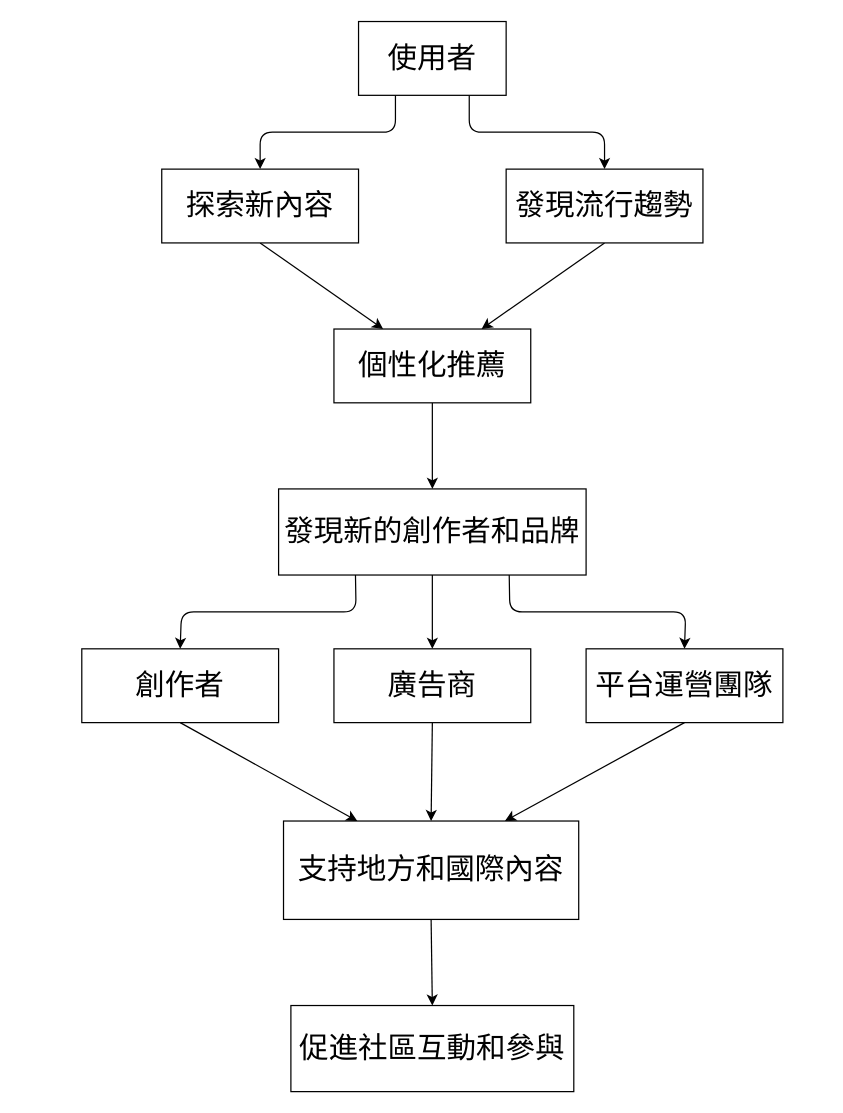
Earlier version of the draw.io diagram serch.drawio (jeffwei0/1122_Final-project). Source tidied: cells renumbered, new cells numbered last; positions are measured from the earlier drawing's top-left corner, leaving out a move shared by most shapes. Both pictures are drawn from the tidied source at 123%, with x=0, y=0 at pixel (81, 21).
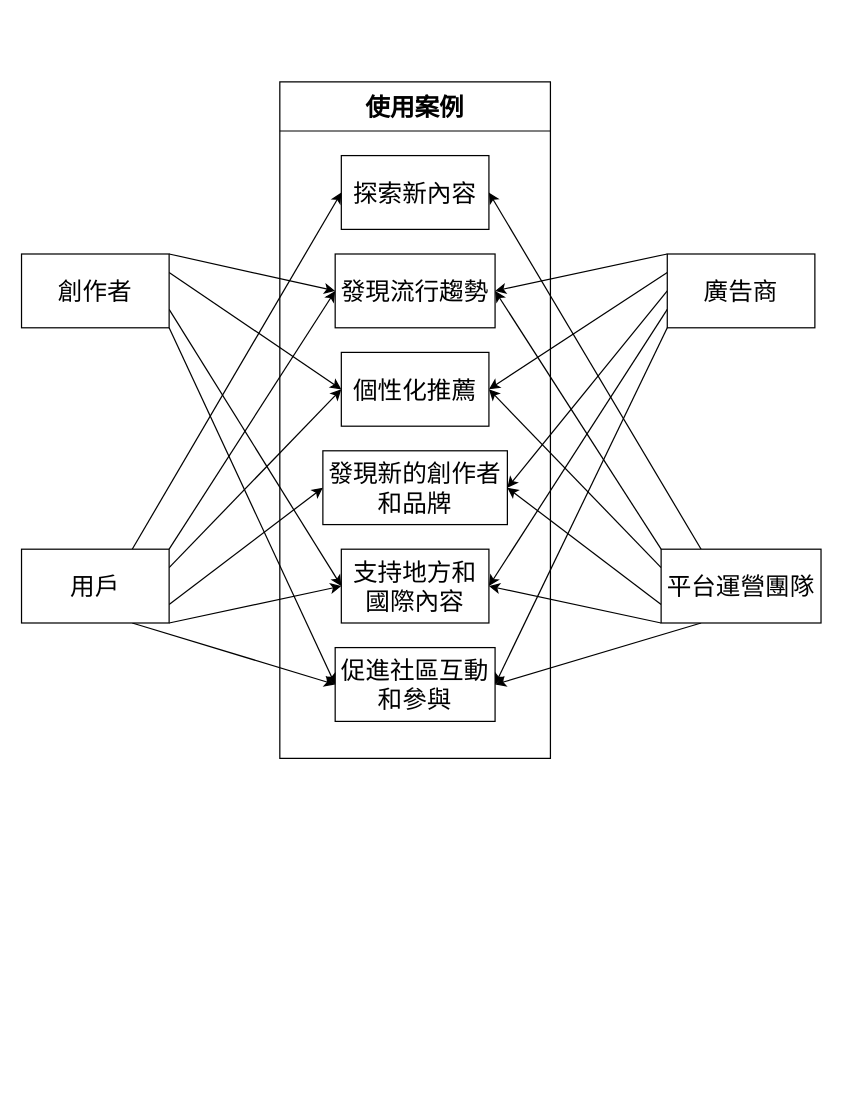
Above is the later version.

Diff of the diagram source:
```diff
@@
-    <mxCell id="2" style="edgeStyle=none;html=1;exitX=0.25;exitY=1;exitDx=0;exitDy=0;entryX=0.5;entryY=0;entryDx=0;entryDy=0;fontSize=24;" parent="1" edge="1" source="4" target="6">
-      <mxGeometry relative="1" as="geometry">
-        <Array as="points">
-          <mxPoint x="255" y="90" />
-          <mxPoint x="145" y="90" />
-        </Array>
-      </mxGeometry>
-    </mxCell>
-    <mxCell id="3" style="edgeStyle=none;html=1;exitX=0.75;exitY=1;exitDx=0;exitDy=0;entryX=0.5;entryY=0;entryDx=0;entryDy=0;fontSize=24;" parent="1" edge="1" source="4" target="21">
-      <mxGeometry relative="1" as="geometry">
-        <Array as="points">
-          <mxPoint x="315" y="90" />
-          <mxPoint x="425" y="90" />
-        </Array>
-      </mxGeometry>
-    </mxCell>
-    <mxCell id="4" value="&lt;font style=&quot;font-size: 24px;&quot;&gt;使用者&lt;/font&gt;" style="rounded=0;whiteSpace=wrap;html=1;strokeColor=#000000;" parent="1" vertex="1">
-      <mxGeometry x="225" width="120" height="60" as="geometry" />
+    <mxCell id="4" value="&lt;span style=&quot;font-size: 20px;&quot;&gt;使用案例&lt;/span&gt;" style="swimlane;whiteSpace=wrap;html=1;startSize=40;" parent="1" vertex="1">
+      <mxGeometry x="161" y="49" width="220" height="550" as="geometry" />
     </mxCell>
-    <mxCell id="5" style="edgeStyle=none;html=1;exitX=0.5;exitY=1;exitDx=0;exitDy=0;entryX=0.25;entryY=0;entryDx=0;entryDy=0;fontSize=24;" parent="1" edge="1" source="6" target="9">
-      <mxGeometry relative="1" as="geometry" />
-    </mxCell>
-    <mxCell id="6" value="&lt;font style=&quot;font-size: 24px;&quot;&gt;探索新內容&lt;/font&gt;" style="rounded=0;whiteSpace=wrap;html=1;strokeColor=#000000;" parent="1" vertex="1">
-      <mxGeometry x="65" y="120" width="160" height="60" as="geometry" />
+    <mxCell id="6" value="探索新內容" style="rounded=0;whiteSpace=wrap;html=1;fontSize=20;" parent="4" vertex="1">
+      <mxGeometry x="50" y="60" width="120" height="60" as="geometry" />
     </mxCell>
-    <mxCell id="7" style="edgeStyle=none;html=1;exitX=0.5;exitY=1;exitDx=0;exitDy=0;entryX=0.75;entryY=0;entryDx=0;entryDy=0;fontSize=24;" parent="1" edge="1" source="21" target="9">
-      <mxGeometry relative="1" as="geometry" />
-    </mxCell>
-    <mxCell id="8" style="edgeStyle=none;html=1;exitX=0.5;exitY=1;exitDx=0;exitDy=0;entryX=0.5;entryY=0;entryDx=0;entryDy=0;fontSize=24;" parent="1" edge="1" source="9" target="20">
-      <mxGeometry relative="1" as="geometry" />
-    </mxCell>
+    <mxCell id="24" value="發現流行趨勢" style="rounded=0;whiteSpace=wrap;html=1;fontSize=20;" parent="4" vertex="1">
+      <mxGeometry x="45" y="140" width="130" height="60" as="geometry" />
+    </mxCell>
-    <mxCell id="9" value="&lt;span style=&quot;font-size: 24px; text-align: start;&quot;&gt;個性化推薦&lt;/span&gt;" style="rounded=0;whiteSpace=wrap;html=1;strokeColor=#000000;" parent="1" vertex="1">
-      <mxGeometry x="205" y="250" width="160" height="60" as="geometry" />
+    <mxCell id="9" value="個性化推薦" style="rounded=0;whiteSpace=wrap;html=1;fontSize=20;" parent="4" vertex="1">
+      <mxGeometry x="50" y="220" width="120" height="60" as="geometry" />
     </mxCell>
-    <mxCell id="10" style="edgeStyle=none;html=1;exitX=0.5;exitY=1;exitDx=0;exitDy=0;entryX=0.5;entryY=0;entryDx=0;entryDy=0;fontSize=24;" parent="1" edge="1" source="11" target="14">
-      <mxGeometry relative="1" as="geometry" />
-    </mxCell>
-    <mxCell id="11" value="&lt;span style=&quot;font-size: 24px; text-align: start;&quot;&gt;支持地方和國際內容&lt;/span&gt;" style="rounded=0;whiteSpace=wrap;html=1;strokeColor=#000000;" parent="1" vertex="1">
-      <mxGeometry x="164" y="650" width="240" height="80" as="geometry" />
+    <mxCell id="11" value="發現新的創作者和品牌" style="rounded=0;whiteSpace=wrap;html=1;fontSize=20;" parent="4" vertex="1">
+      <mxGeometry x="35" y="300" width="150" height="60" as="geometry" />
     </mxCell>
-    <mxCell id="12" style="edgeStyle=none;html=1;exitX=0.5;exitY=1;exitDx=0;exitDy=0;entryX=0.25;entryY=0;entryDx=0;entryDy=0;fontSize=24;" parent="1" edge="1" source="13" target="11">
-      <mxGeometry relative="1" as="geometry" />
-    </mxCell>
-    <mxCell id="13" value="&lt;span style=&quot;text-align: start;&quot;&gt;&lt;font style=&quot;font-size: 24px;&quot;&gt;創作者&lt;/font&gt;&lt;/span&gt;" style="rounded=0;whiteSpace=wrap;html=1;strokeColor=#000000;" parent="1" vertex="1">
-      <mxGeometry y="510" width="160" height="60" as="geometry" />
+    <mxCell id="13" value="支持地方和國際內容" style="rounded=0;whiteSpace=wrap;html=1;fontSize=20;" parent="4" vertex="1">
+      <mxGeometry x="50" y="380" width="120" height="60" as="geometry" />
     </mxCell>
-    <mxCell id="14" value="&lt;span style=&quot;text-align: start;&quot;&gt;&lt;font style=&quot;font-size: 24px;&quot;&gt;促進社區互動和參與&lt;/font&gt;&lt;/span&gt;" style="rounded=0;whiteSpace=wrap;html=1;strokeColor=#000000;" parent="1" vertex="1">
-      <mxGeometry x="170" y="800" width="230" height="70" as="geometry" />
+    <mxCell id="14" value="促進社區互動和參與" style="rounded=0;whiteSpace=wrap;html=1;fontSize=20;" parent="4" vertex="1">
+      <mxGeometry x="45" y="460" width="130" height="60" as="geometry" />
     </mxCell>
-    <mxCell id="15" style="edgeStyle=none;html=1;exitX=0.5;exitY=1;exitDx=0;exitDy=0;entryX=0.75;entryY=0;entryDx=0;entryDy=0;fontSize=24;" parent="1" edge="1" source="23" target="11">
-      <mxGeometry relative="1" as="geometry" />
-    </mxCell>
-    <mxCell id="16" style="edgeStyle=none;html=1;exitX=0.5;exitY=1;exitDx=0;exitDy=0;entryX=0.5;entryY=0;entryDx=0;entryDy=0;fontSize=24;" parent="1" edge="1" source="22" target="11">
-      <mxGeometry relative="1" as="geometry" />
-    </mxCell>
+    <mxCell id="3" style="edgeStyle=none;html=1;exitX=0.75;exitY=0;exitDx=0;exitDy=0;entryX=0;entryY=0.5;entryDx=0;entryDy=0;fontSize=20;" parent="1" edge="1" source="25" target="6">
+      <mxGeometry relative="1" as="geometry" />
+    </mxCell>
+    <mxCell id="7" style="edgeStyle=none;html=1;exitX=1;exitY=0;exitDx=0;exitDy=0;entryX=0;entryY=0.5;entryDx=0;entryDy=0;fontSize=20;" parent="1" edge="1" source="25" target="24">
+      <mxGeometry relative="1" as="geometry" />
+    </mxCell>
+    <mxCell id="5" style="edgeStyle=none;html=1;exitX=1;exitY=0.25;exitDx=0;exitDy=0;fontSize=20;entryX=0;entryY=0.5;entryDx=0;entryDy=0;" parent="1" edge="1" source="25" target="9">
+      <mxGeometry relative="1" as="geometry" />
+    </mxCell>
+    <mxCell id="8" style="edgeStyle=none;html=1;exitX=1;exitY=0.75;exitDx=0;exitDy=0;entryX=0;entryY=0.5;entryDx=0;entryDy=0;fontSize=20;" parent="1" edge="1" source="25" target="11">
+      <mxGeometry relative="1" as="geometry" />
+    </mxCell>
-    <mxCell id="17" style="edgeStyle=none;html=1;exitX=0.25;exitY=1;exitDx=0;exitDy=0;entryX=0.5;entryY=0;entryDx=0;entryDy=0;fontSize=24;" parent="1" edge="1" source="20" target="13">
-      <mxGeometry relative="1" as="geometry">
-        <Array as="points">
-          <mxPoint x="223" y="480" />
-          <mxPoint x="81" y="480" />
-        </Array>
-      </mxGeometry>
+    <mxCell id="17" style="edgeStyle=none;html=1;exitX=1;exitY=1;exitDx=0;exitDy=0;entryX=0;entryY=0.5;entryDx=0;entryDy=0;fontSize=20;" parent="1" edge="1" source="25" target="13">
+      <mxGeometry relative="1" as="geometry" />
     </mxCell>
-    <mxCell id="18" style="edgeStyle=none;html=1;exitX=0.5;exitY=1;exitDx=0;exitDy=0;entryX=0.5;entryY=0;entryDx=0;entryDy=0;fontSize=24;" parent="1" edge="1" source="20" target="22">
+    <mxCell id="18" style="edgeStyle=none;html=1;exitX=0.75;exitY=1;exitDx=0;exitDy=0;entryX=0;entryY=0.5;entryDx=0;entryDy=0;fontSize=20;" parent="1" edge="1" source="25" target="14">
       <mxGeometry relative="1" as="geometry" />
     </mxCell>
-    <mxCell id="19" style="edgeStyle=none;html=1;exitX=0.75;exitY=1;exitDx=0;exitDy=0;entryX=0.5;entryY=0;entryDx=0;entryDy=0;fontSize=24;" parent="1" edge="1" source="20" target="23">
-      <mxGeometry relative="1" as="geometry">
-        <Array as="points">
-          <mxPoint x="348" y="480" />
-          <mxPoint x="491" y="480" />
-        </Array>
-      </mxGeometry>
-    </mxCell>
-    <mxCell id="20" value="&lt;span style=&quot;font-size: 24px; text-align: start;&quot;&gt;發現新的創作者和品牌&lt;/span&gt;" style="rounded=0;whiteSpace=wrap;html=1;strokeColor=#000000;" parent="1" vertex="1">
-      <mxGeometry x="160" y="380" width="250" height="70" as="geometry" />
-    </mxCell>
+    <mxCell id="25" value="用戶" style="rounded=0;whiteSpace=wrap;html=1;fontSize=20;" parent="1" vertex="1">
+      <mxGeometry x="-49" y="429" width="120" height="60" as="geometry" />
+    </mxCell>
+    <mxCell id="16" style="edgeStyle=none;html=1;exitX=1;exitY=0;exitDx=0;exitDy=0;entryX=0;entryY=0.5;entryDx=0;entryDy=0;fontSize=20;" parent="1" edge="1" source="26" target="24">
+      <mxGeometry relative="1" as="geometry" />
+    </mxCell>
+    <mxCell id="15" style="edgeStyle=none;html=1;exitX=1;exitY=0.25;exitDx=0;exitDy=0;entryX=0;entryY=0.5;entryDx=0;entryDy=0;fontSize=20;" parent="1" edge="1" source="26" target="9">
+      <mxGeometry relative="1" as="geometry" />
+    </mxCell>
+    <mxCell id="10" style="edgeStyle=none;html=1;exitX=1;exitY=0.75;exitDx=0;exitDy=0;entryX=0;entryY=0.5;entryDx=0;entryDy=0;fontSize=20;" parent="1" edge="1" source="26" target="13">
+      <mxGeometry relative="1" as="geometry" />
+    </mxCell>
-    <mxCell id="21" value="&lt;font style=&quot;font-size: 24px;&quot;&gt;發現流行趨勢&lt;/font&gt;" style="rounded=0;whiteSpace=wrap;html=1;strokeColor=#000000;" parent="1" vertex="1">
-      <mxGeometry x="345" y="120" width="160" height="60" as="geometry" />
+    <mxCell id="21" style="edgeStyle=none;html=1;exitX=1;exitY=1;exitDx=0;exitDy=0;entryX=0;entryY=0.5;entryDx=0;entryDy=0;fontSize=20;" parent="1" edge="1" source="26" target="14">
+      <mxGeometry relative="1" as="geometry" />
     </mxCell>
+    <mxCell id="26" value="創作者" style="rounded=0;whiteSpace=wrap;html=1;fontSize=20;" parent="1" vertex="1">
+      <mxGeometry x="-49" y="189" width="120" height="60" as="geometry" />
+    </mxCell>
-    <mxCell id="22" value="&lt;span style=&quot;text-align: start;&quot;&gt;&lt;font style=&quot;font-size: 24px;&quot;&gt;廣告商&lt;/font&gt;&lt;/span&gt;" style="rounded=0;whiteSpace=wrap;html=1;strokeColor=#000000;" parent="1" vertex="1">
-      <mxGeometry x="205" y="510" width="160" height="60" as="geometry" />
+    <mxCell id="22" style="edgeStyle=none;html=1;exitX=0;exitY=0;exitDx=0;exitDy=0;entryX=1;entryY=0.5;entryDx=0;entryDy=0;fontSize=20;" parent="1" edge="1" source="20" target="24">
+      <mxGeometry relative="1" as="geometry" />
     </mxCell>
-    <mxCell id="23" value="&lt;span style=&quot;text-align: start;&quot;&gt;&lt;font style=&quot;font-size: 24px;&quot;&gt;平台運營團隊&lt;/font&gt;&lt;/span&gt;" style="rounded=0;whiteSpace=wrap;html=1;strokeColor=#000000;" parent="1" vertex="1">
-      <mxGeometry x="410" y="510" width="160" height="60" as="geometry" />
+    <mxCell id="23" style="edgeStyle=none;html=1;exitX=0;exitY=0.25;exitDx=0;exitDy=0;entryX=1;entryY=0.5;entryDx=0;entryDy=0;fontSize=20;" parent="1" edge="1" source="20" target="9">
+      <mxGeometry relative="1" as="geometry" />
     </mxCell>
+    <mxCell id="27" style="edgeStyle=none;html=1;exitX=0;exitY=0.75;exitDx=0;exitDy=0;entryX=1;entryY=0.5;entryDx=0;entryDy=0;fontSize=20;" parent="1" edge="1" source="20" target="13">
+      <mxGeometry relative="1" as="geometry" />
+    </mxCell>
+    <mxCell id="28" style="edgeStyle=none;html=1;exitX=0;exitY=1;exitDx=0;exitDy=0;entryX=1;entryY=0.5;entryDx=0;entryDy=0;fontSize=20;" parent="1" edge="1" source="20" target="14">
+      <mxGeometry relative="1" as="geometry" />
+    </mxCell>
+    <mxCell id="29" style="edgeStyle=none;html=1;exitX=0;exitY=0.5;exitDx=0;exitDy=0;entryX=1;entryY=0.5;entryDx=0;entryDy=0;fontSize=20;" parent="1" edge="1" source="20" target="11">
+      <mxGeometry relative="1" as="geometry" />
+    </mxCell>
+    <mxCell id="20" value="廣告商" style="rounded=0;whiteSpace=wrap;html=1;fontSize=20;" parent="1" vertex="1">
+      <mxGeometry x="476" y="189" width="120" height="60" as="geometry" />
+    </mxCell>
+    <mxCell id="30" style="edgeStyle=none;html=1;exitX=0.25;exitY=0;exitDx=0;exitDy=0;entryX=1;entryY=0.5;entryDx=0;entryDy=0;fontSize=20;" parent="1" edge="1" source="36" target="6">
+      <mxGeometry relative="1" as="geometry" />
+    </mxCell>
+    <mxCell id="31" style="edgeStyle=none;html=1;exitX=0;exitY=0;exitDx=0;exitDy=0;entryX=1;entryY=0.5;entryDx=0;entryDy=0;fontSize=20;" parent="1" edge="1" source="36" target="24">
+      <mxGeometry relative="1" as="geometry" />
+    </mxCell>
+    <mxCell id="32" style="edgeStyle=none;html=1;exitX=0;exitY=0.25;exitDx=0;exitDy=0;entryX=1;entryY=0.5;entryDx=0;entryDy=0;fontSize=20;" parent="1" edge="1" source="36" target="9">
+      <mxGeometry relative="1" as="geometry" />
+    </mxCell>
+    <mxCell id="33" style="edgeStyle=none;html=1;exitX=0;exitY=0.75;exitDx=0;exitDy=0;entryX=1;entryY=0.5;entryDx=0;entryDy=0;fontSize=20;" parent="1" edge="1" source="36" target="11">
+      <mxGeometry relative="1" as="geometry" />
+    </mxCell>
+    <mxCell id="34" style="edgeStyle=none;html=1;exitX=0;exitY=1;exitDx=0;exitDy=0;entryX=1;entryY=0.5;entryDx=0;entryDy=0;fontSize=20;" parent="1" edge="1" source="36" target="13">
+      <mxGeometry relative="1" as="geometry" />
+    </mxCell>
+    <mxCell id="35" style="edgeStyle=none;html=1;exitX=0.25;exitY=1;exitDx=0;exitDy=0;entryX=1;entryY=0.5;entryDx=0;entryDy=0;fontSize=20;" parent="1" edge="1" source="36" target="14">
+      <mxGeometry relative="1" as="geometry" />
+    </mxCell>
+    <mxCell id="36" value="平台運營團隊" style="rounded=0;whiteSpace=wrap;html=1;fontSize=20;" parent="1" vertex="1">
+      <mxGeometry x="471" y="429" width="130" height="60" as="geometry" />
+    </mxCell>
```
